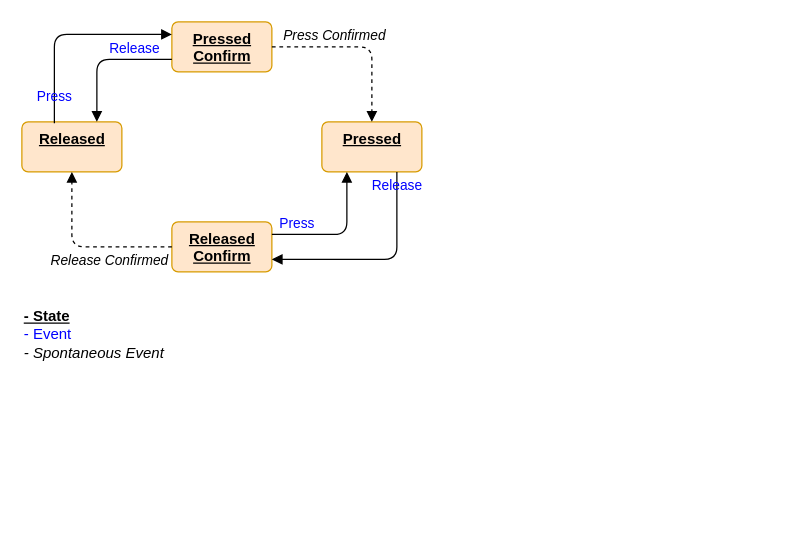
Above: page "Button_State" (5 of 6) of Resources/Part2/Part2_XLM_Diagram.drawio in gtuja/CSC_MS (draw.io), before the change. Source tidied: cells renumbered, new cells numbered last; positions are measured from the earlier drawing's top-left corner, leaving out a move shared by most shapes. Both pictures are drawn from the tidied source at 125%, with x=0, y=0 at pixel (21, 21).
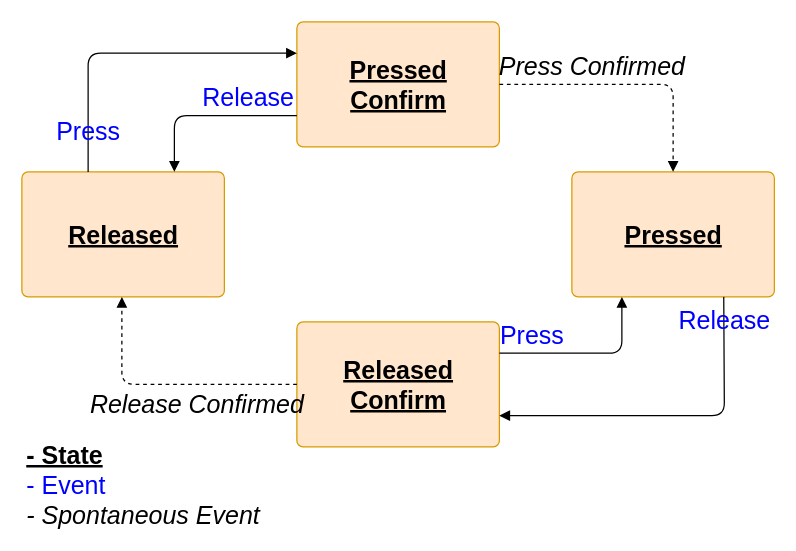
Above is the later version.

Diff of the diagram source:
```diff
@@
-    <mxCell id="2" value="Released" style="html=1;align=center;verticalAlign=top;rounded=1;absoluteArcSize=1;arcSize=10;dashed=0;fontStyle=5;fillColor=#ffe6cc;strokeColor=#d79b00;" parent="1" vertex="1">
-      <mxGeometry y="80" width="80" height="40" as="geometry" />
+    <mxCell id="2" value="Released" style="html=1;align=center;verticalAlign=middle;rounded=1;absoluteArcSize=1;arcSize=10;dashed=0;fontStyle=5;fillColor=#ffe6cc;strokeColor=#d79b00;fontFamily=Calibri;fontSize=20;" parent="1" vertex="1">
+      <mxGeometry y="120" width="162" height="100" as="geometry" />
     </mxCell>
-    <mxCell id="3" value="Pressed" style="html=1;align=center;verticalAlign=top;rounded=1;absoluteArcSize=1;arcSize=10;dashed=0;fontStyle=5;fillColor=#ffe6cc;strokeColor=#d79b00;" parent="1" vertex="1">
-      <mxGeometry x="240" y="80" width="80" height="40" as="geometry" />
+    <mxCell id="3" value="Pressed" style="html=1;align=center;verticalAlign=middle;rounded=1;absoluteArcSize=1;arcSize=10;dashed=0;fontStyle=5;fillColor=#ffe6cc;strokeColor=#d79b00;fontFamily=Calibri;fontSize=20;" parent="1" vertex="1">
+      <mxGeometry x="440" y="120" width="162" height="100" as="geometry" />
     </mxCell>
-    <mxCell id="4" value="Pressed&lt;div&gt;Confirm&lt;/div&gt;" style="html=1;align=center;verticalAlign=top;rounded=1;absoluteArcSize=1;arcSize=10;dashed=0;fontStyle=5;fillColor=#ffe6cc;strokeColor=#d79b00;" parent="1" vertex="1">
-      <mxGeometry x="120" width="80" height="40" as="geometry" />
+    <mxCell id="4" value="Pressed&lt;div style=&quot;font-size: 20px;&quot;&gt;Confirm&lt;/div&gt;" style="html=1;align=center;verticalAlign=middle;rounded=1;absoluteArcSize=1;arcSize=10;dashed=0;fontStyle=5;fillColor=#ffe6cc;strokeColor=#d79b00;fontFamily=Calibri;fontSize=20;" parent="1" vertex="1">
+      <mxGeometry x="220" width="162" height="100" as="geometry" />
     </mxCell>
-    <mxCell id="5" value="Released&lt;div&gt;Confirm&lt;/div&gt;" style="html=1;align=center;verticalAlign=top;rounded=1;absoluteArcSize=1;arcSize=10;dashed=0;fontStyle=5;fillColor=#ffe6cc;strokeColor=#d79b00;" parent="1" vertex="1">
-      <mxGeometry x="120" y="160" width="80" height="40" as="geometry" />
+    <mxCell id="5" value="Released&lt;div style=&quot;font-size: 20px;&quot;&gt;Confirm&lt;/div&gt;" style="html=1;align=center;verticalAlign=middle;rounded=1;absoluteArcSize=1;arcSize=10;dashed=0;fontStyle=5;fillColor=#ffe6cc;strokeColor=#d79b00;fontFamily=Calibri;fontSize=20;" parent="1" vertex="1">
+      <mxGeometry x="220" y="240" width="162" height="100" as="geometry" />
     </mxCell>
-    <mxCell id="6" value="Press" style="html=1;verticalAlign=bottom;labelBackgroundColor=none;endArrow=block;endFill=1;exitX=0.325;exitY=0.025;exitDx=0;exitDy=0;entryX=0;entryY=0.25;entryDx=0;entryDy=0;edgeStyle=elbowEdgeStyle;exitPerimeter=0;fontColor=#0000FF;" parent="1" edge="1" source="2" target="4">
+    <mxCell id="6" value="Press" style="html=1;verticalAlign=bottom;labelBackgroundColor=none;endArrow=block;endFill=1;entryX=0;entryY=0.25;entryDx=0;entryDy=0;edgeStyle=elbowEdgeStyle;fontColor=#0000FF;fontFamily=Calibri;fontSize=20;" parent="1" edge="1" target="4">
       <mxGeometry x="-0.86" relative="1" as="geometry">
+        <mxPoint x="53" y="120" as="sourcePoint" />
         <Array as="points">
-          <mxPoint x="26" y="50" />
+          <mxPoint x="53" y="70" />
         </Array>
       </mxGeometry>
     </mxCell>
-    <mxCell id="7" value="Release" style="html=1;verticalAlign=bottom;labelBackgroundColor=none;endArrow=block;endFill=1;exitX=0.75;exitY=1;exitDx=0;exitDy=0;entryX=1;entryY=0.75;entryDx=0;entryDy=0;edgeStyle=elbowEdgeStyle;fontColor=#0000FF;" parent="1" edge="1" source="3" target="5">
+    <mxCell id="7" value="Release" style="html=1;verticalAlign=bottom;labelBackgroundColor=none;endArrow=block;endFill=1;exitX=0.75;exitY=1;exitDx=0;exitDy=0;entryX=1;entryY=0.75;entryDx=0;entryDy=0;edgeStyle=elbowEdgeStyle;fontColor=#0000FF;fontFamily=Calibri;fontSize=20;" parent="1" edge="1" source="3" target="5">
       <mxGeometry x="-0.76" relative="1" as="geometry">
         <Array as="points">
-          <mxPoint x="300" y="150" />
+          <mxPoint x="562" y="270" />
         </Array>
       </mxGeometry>
     </mxCell>
-    <mxCell id="8" value="Press Confirmed" style="html=1;verticalAlign=bottom;labelBackgroundColor=none;endArrow=block;endFill=1;dashed=1;exitX=1;exitY=0.5;exitDx=0;exitDy=0;entryX=0.5;entryY=0;entryDx=0;entryDy=0;edgeStyle=orthogonalEdgeStyle;fontStyle=2;" parent="1" edge="1" source="4" target="3">
+    <mxCell id="8" value="Press Confirmed" style="html=1;verticalAlign=bottom;labelBackgroundColor=none;endArrow=block;endFill=1;dashed=1;exitX=1;exitY=0.5;exitDx=0;exitDy=0;entryX=0.5;entryY=0;entryDx=0;entryDy=0;edgeStyle=orthogonalEdgeStyle;fontStyle=2;fontFamily=Calibri;fontSize=20;" parent="1" edge="1" source="4" target="3">
       <mxGeometry x="-0.29" relative="1" as="geometry" />
     </mxCell>
-    <mxCell id="9" value="Release Confirmed" style="html=1;verticalAlign=bottom;labelBackgroundColor=none;endArrow=block;endFill=1;dashed=1;exitX=0;exitY=0.5;exitDx=0;exitDy=0;entryX=0.5;entryY=1;entryDx=0;entryDy=0;edgeStyle=elbowEdgeStyle;fontStyle=2;" parent="1" edge="1" source="5" target="2">
-      <mxGeometry x="-0.29" y="20" relative="1" as="geometry">
+    <mxCell id="9" value="Release Confirmed" style="html=1;verticalAlign=bottom;labelBackgroundColor=none;endArrow=block;endFill=1;dashed=1;exitX=0;exitY=0.5;exitDx=0;exitDy=0;edgeStyle=elbowEdgeStyle;fontStyle=2;fontFamily=Calibri;fontSize=20;" parent="1" edge="1" source="5">
+      <mxGeometry x="-0.24" y="30" relative="1" as="geometry">
+        <mxPoint x="80" y="220" as="targetPoint" />
         <Array as="points">
-          <mxPoint x="40" y="150" />
+          <mxPoint x="80" y="260" />
         </Array>
       </mxGeometry>
     </mxCell>
-    <mxCell id="10" value="Press" style="html=1;verticalAlign=bottom;labelBackgroundColor=none;endArrow=block;endFill=1;exitX=1;exitY=0.25;exitDx=0;exitDy=0;entryX=0.25;entryY=1;entryDx=0;entryDy=0;edgeStyle=elbowEdgeStyle;fontColor=#0000FF;" parent="1" edge="1" source="5" target="3">
+    <mxCell id="10" value="Press" style="html=1;verticalAlign=bottom;labelBackgroundColor=none;endArrow=block;endFill=1;exitX=1;exitY=0.25;exitDx=0;exitDy=0;entryX=0.25;entryY=1;entryDx=0;entryDy=0;edgeStyle=elbowEdgeStyle;fontColor=#0000FF;fontFamily=Calibri;fontSize=20;" parent="1" edge="1" source="5" target="3">
       <mxGeometry x="-0.64" relative="1" as="geometry">
         <Array as="points">
-          <mxPoint x="260" y="150" />
+          <mxPoint x="480" y="250" />
         </Array>
       </mxGeometry>
     </mxCell>
-    <mxCell id="11" value="Release" style="html=1;verticalAlign=bottom;labelBackgroundColor=none;endArrow=block;endFill=1;exitX=0;exitY=0.75;exitDx=0;exitDy=0;entryX=0.75;entryY=0;entryDx=0;entryDy=0;edgeStyle=elbowEdgeStyle;fontColor=#0000FF;" parent="1" edge="1" source="4" target="2">
+    <mxCell id="11" value="Release" style="html=1;verticalAlign=bottom;labelBackgroundColor=none;endArrow=block;endFill=1;exitX=0;exitY=0.75;exitDx=0;exitDy=0;entryX=0.75;entryY=0;entryDx=0;entryDy=0;edgeStyle=elbowEdgeStyle;fontColor=#0000FF;fontFamily=Calibri;fontSize=20;" parent="1" edge="1" source="4" target="2">
       <mxGeometry x="-0.45" relative="1" as="geometry">
         <Array as="points">
-          <mxPoint x="60" y="50" />
+          <mxPoint x="122" y="90" />
         </Array>
       </mxGeometry>
     </mxCell>
-    <mxCell id="12" value="&lt;div&gt;&lt;b style=&quot;&quot;&gt;&lt;u style=&quot;&quot;&gt;- State&lt;/u&gt;&lt;/b&gt;&lt;/div&gt;&lt;font color=&quot;#0000ff&quot;&gt;- Event&lt;/font&gt;&lt;div&gt;&lt;div&gt;&lt;i&gt;- Spontaneous Event&lt;/i&gt;&lt;br&gt;&lt;/div&gt;&lt;/div&gt;" style="text;html=1;align=left;verticalAlign=middle;whiteSpace=wrap;rounded=0;" parent="1" vertex="1">
-      <mxGeometry y="220" width="160" height="60" as="geometry" />
+    <mxCell id="12" value="&lt;div style=&quot;font-size: 20px;&quot;&gt;&lt;b style=&quot;font-size: 20px;&quot;&gt;&lt;u style=&quot;font-size: 20px;&quot;&gt;- State&lt;/u&gt;&lt;/b&gt;&lt;/div&gt;&lt;font color=&quot;#0000ff&quot; style=&quot;font-size: 20px;&quot;&gt;- Event&lt;/font&gt;&lt;div style=&quot;font-size: 20px;&quot;&gt;&lt;div style=&quot;font-size: 20px;&quot;&gt;&lt;i style=&quot;font-size: 20px;&quot;&gt;- Spontaneous Event&lt;/i&gt;&lt;br style=&quot;font-size: 20px;&quot;&gt;&lt;/div&gt;&lt;/div&gt;" style="text;html=1;align=left;verticalAlign=middle;whiteSpace=wrap;rounded=0;fontFamily=Calibri;fontSize=20;" parent="1" vertex="1">
+      <mxGeometry x="2" y="340" width="208" height="60" as="geometry" />
     </mxCell>
```
